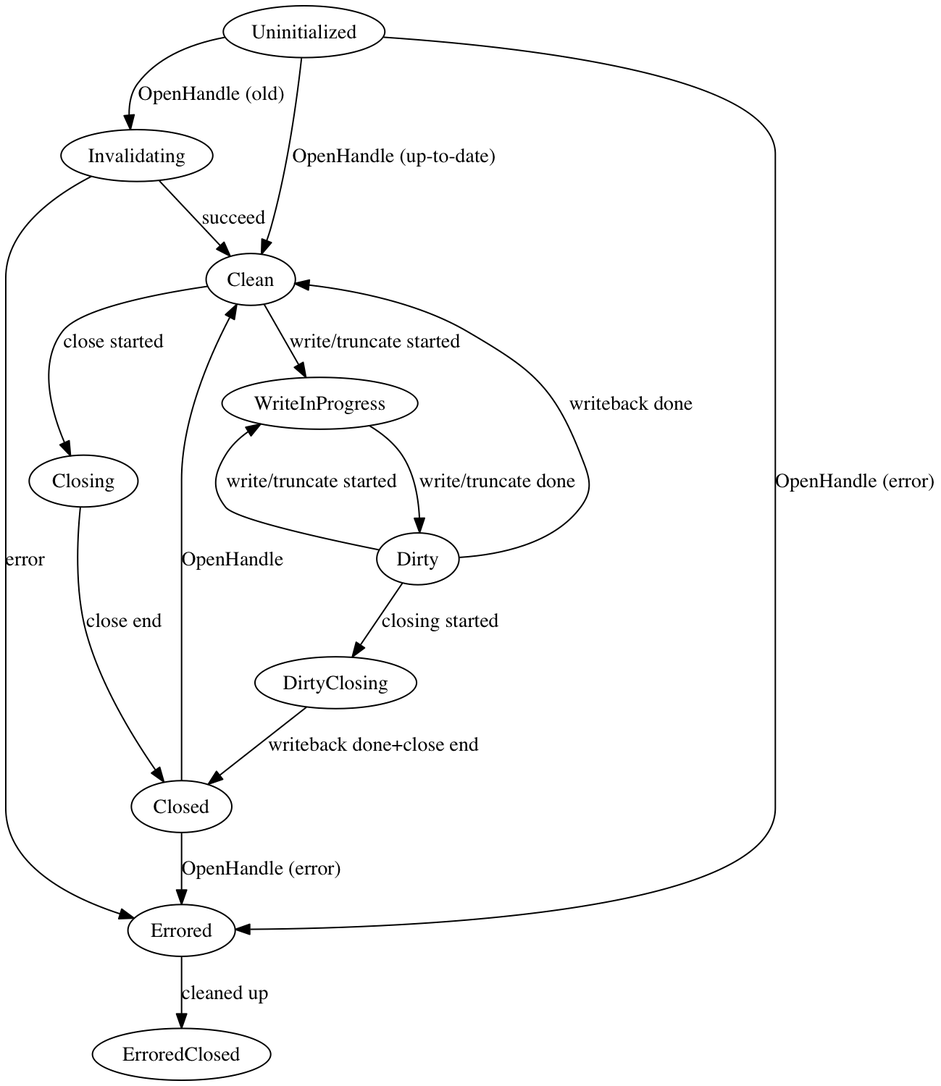
Earlier version of the Graphviz export doc/cachedblobentry_fsm.png (nyaxt/otaru). Its source is kept beside it as doc/cachedblobentry_fsm.gv. Its diagram source:
```dot
digraph finite_state_machine {
	rankdir=TB;
	size="8,5";
  graph [ dpi = 300 ];

	Uninitialized -> Invalidating [ label = "OpenHandle (old)" ];
	Uninitialized -> Clean [ label = "OpenHandle (up-to-date)" ];
	Uninitialized -> Errored [ label = "OpenHandle (error)" ];
  Invalidating -> Clean [ label = "succeed" ];
  Invalidating -> Errored [ label = "error" ];
  Errored -> ErroredClosed [ label = "cleaned up" ];
  Clean -> WriteInProgress [ label = "write/truncate started" ];
  Clean -> Closing [ label = "close started" ];
  WriteInProgress -> Dirty [ label = "write/truncate done" ];
  Dirty -> Clean [ label = "writeback done" ];
  Dirty -> WriteInProgress [ label = "write/truncate started" ];
  Dirty -> DirtyClosing [ label = "closing started" ];
  Closing -> Closed [ label = "close end" ];
  DirtyClosing -> Closed [ label = "writeback done+close end" ];
  Closed -> Clean [ label = "OpenHandle" ];
	Closed -> Errored [ label = "OpenHandle (error)" ];
}
```
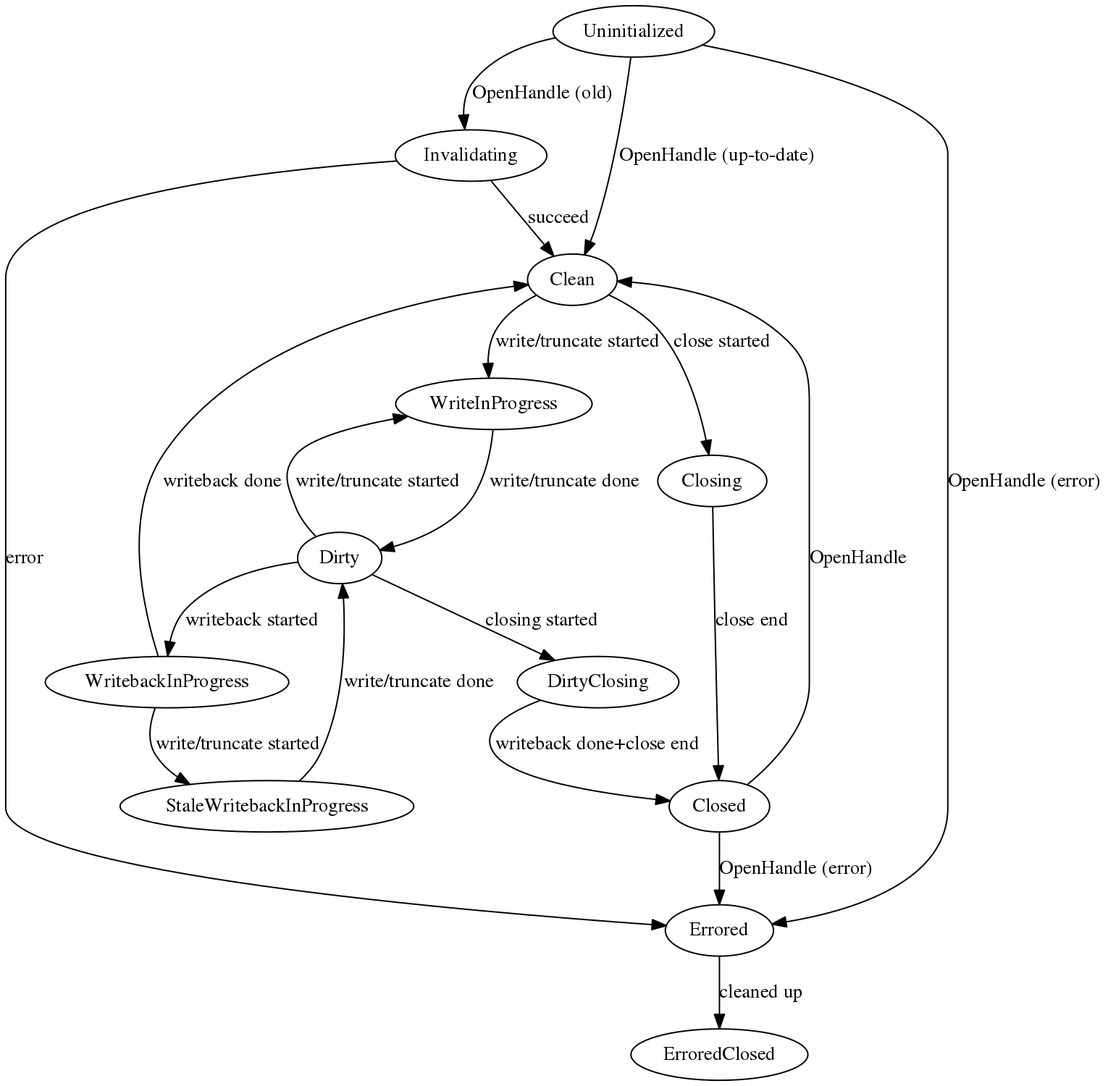
The same file after the commit.

Commit message:
disallow writeback during writeback

Change to the diagram source:
```diff
@@ -1,22 +1,26 @@
 digraph finite_state_machine {
-	rankdir=TB;
-	size="8,5";
+  rankdir=TB;
+  size="8,5";
   graph [ dpi = 300 ];
 
-	Uninitialized -> Invalidating [ label = "OpenHandle (old)" ];
-	Uninitialized -> Clean [ label = "OpenHandle (up-to-date)" ];
-	Uninitialized -> Errored [ label = "OpenHandle (error)" ];
+  Uninitialized -> Invalidating [ label = "OpenHandle (old)" ];
+  Uninitialized -> Clean [ label = "OpenHandle (up-to-date)" ];
+  Uninitialized -> Errored [ label = "OpenHandle (error)" ];
   Invalidating -> Clean [ label = "succeed" ];
   Invalidating -> Errored [ label = "error" ];
   Errored -> ErroredClosed [ label = "cleaned up" ];
   Clean -> WriteInProgress [ label = "write/truncate started" ];
   Clean -> Closing [ label = "close started" ];
   WriteInProgress -> Dirty [ label = "write/truncate done" ];
-  Dirty -> Clean [ label = "writeback done" ];
+  WriteInProgress -> Errored [ label = "write/truncate errored" ];
+  Dirty -> WritebackInProgress [ label = "writeback started" ];
+  WritebackInProgress -> Clean [ label = "writeback done" ];
+  WritebackInProgress -> StaleWritebackInProgress [ label = "write/truncate started" ];
+  StaleWritebackInProgress -> Dirty [ label = "write/truncate done" ];
   Dirty -> WriteInProgress [ label = "write/truncate started" ];
   Dirty -> DirtyClosing [ label = "closing started" ];
+  DirtyClosing -> Closed [ label = "writeback done+close end" ];
   Closing -> Closed [ label = "close end" ];
-  DirtyClosing -> Closed [ label = "writeback done+close end" ];
   Closed -> Clean [ label = "OpenHandle" ];
-	Closed -> Errored [ label = "OpenHandle (error)" ];
+  Closed -> Errored [ label = "OpenHandle (error)" ];
 }
```
